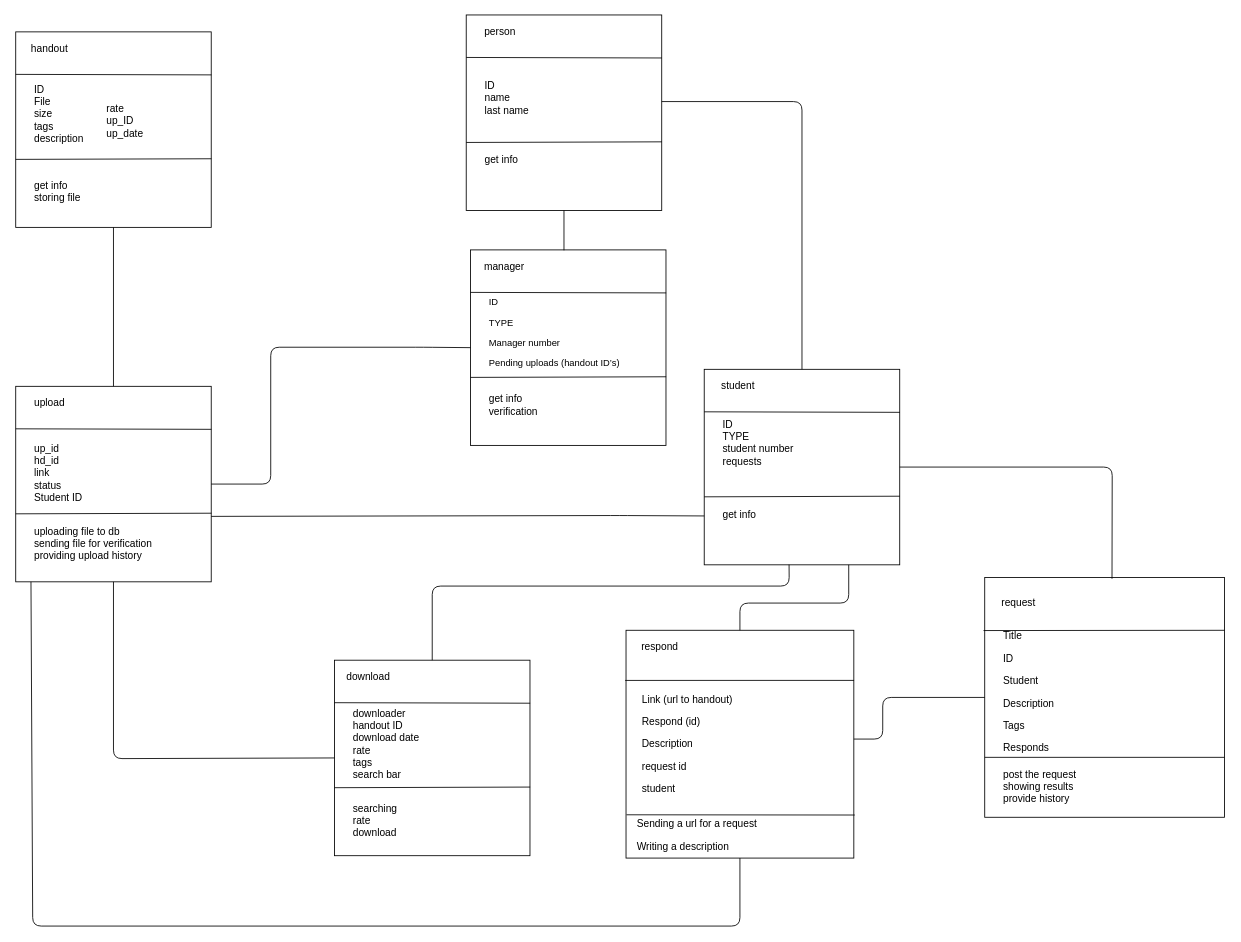
m-bassiri/HamyarApp keeps this draw.io diagram as class diagram handout.drawio. Above is the earlier version. Source tidied: cells renumbered, new cells numbered last; positions are measured from the earlier drawing's top-left corner, leaving out a move shared by most shapes. Both pictures are drawn from the tidied source at 85%, with x=0, y=0 at pixel (15, 14).
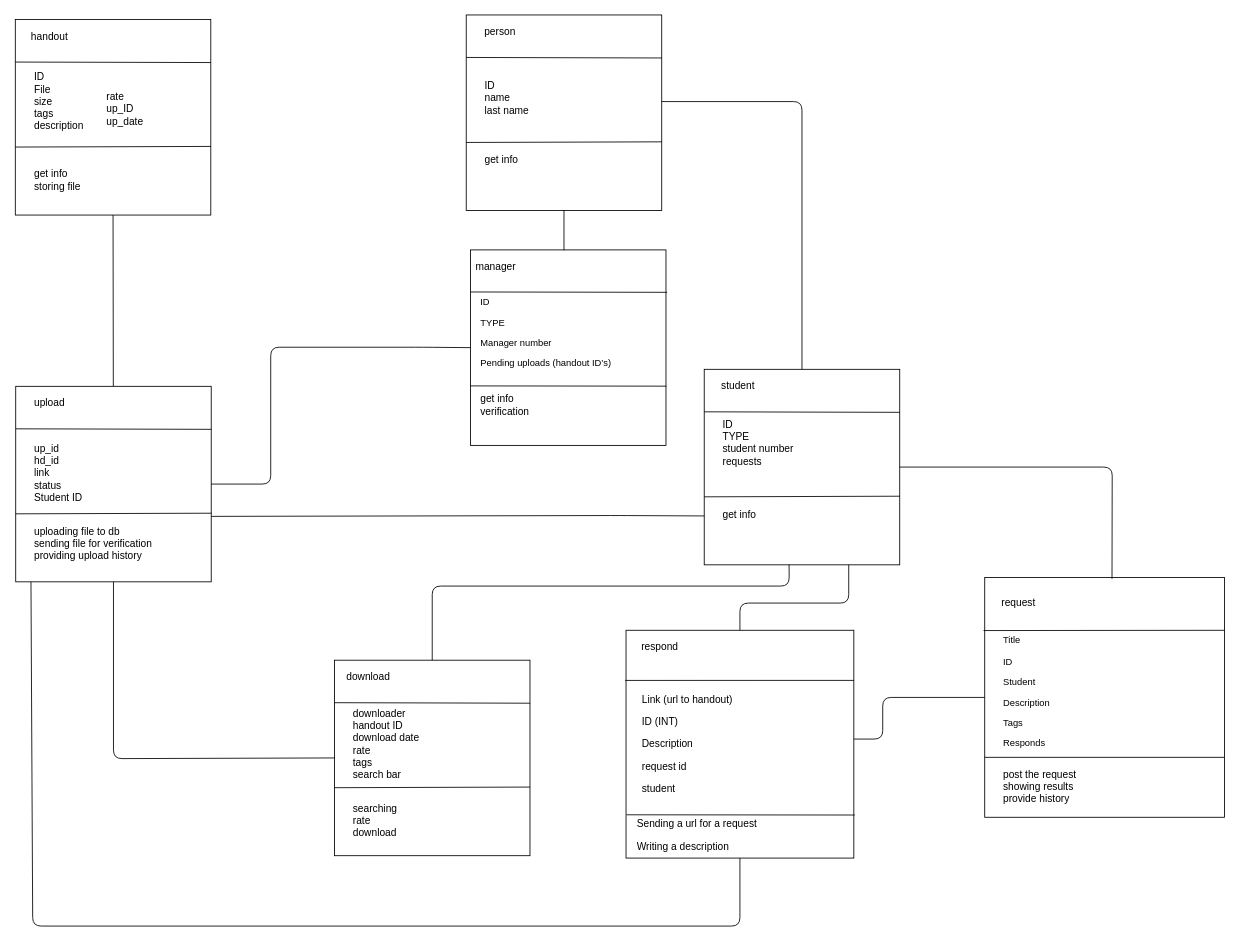
After the change.

Unchanged cells that the change refers to:
```xml
<mxCell id="26" style="whiteSpace=wrap;html=1;" parent="1" vertex="1">
  <mxGeometry x="535" y="276.5" width="230" height="230" as="geometry" />
</mxCell>
```

Diff of the diagram source:
```diff
@@
     <mxCell id="20" style="whiteSpace=wrap;html=1;" parent="1" vertex="1">
-      <mxGeometry y="20" width="230" height="230" as="geometry" />
+      <mxGeometry x="-0.5" y="5.5" width="230" height="230" as="geometry" />
     </mxCell>
     <mxCell id="21" style="endArrow=none;html=1;entryX=1.001;entryY=0.649;entryDx=0;entryDy=0;exitX=0;exitY=0.25;exitDx=0;exitDy=0;entryPerimeter=0;" parent="1" edge="1" target="20">
       <mxGeometry relative="1" as="geometry">
-        <mxPoint y="170" as="sourcePoint" />
+        <mxPoint x="-0.5" y="155.5" as="sourcePoint" />
       </mxGeometry>
     </mxCell>
     <mxCell id="22" style="endArrow=none;html=1;entryX=1.001;entryY=0.22;entryDx=0;entryDy=0;exitX=0;exitY=0.25;exitDx=0;exitDy=0;entryPerimeter=0;" parent="1" edge="1" target="20">
       <mxGeometry relative="1" as="geometry">
-        <mxPoint y="70" as="sourcePoint" />
+        <mxPoint x="-0.5" y="55.5" as="sourcePoint" />
       </mxGeometry>
     </mxCell>
     <mxCell id="23" value="handout" style="text;html=1;strokeColor=none;fillColor=none;align=center;verticalAlign=middle;whiteSpace=wrap;rounded=0;" parent="1" vertex="1">
-      <mxGeometry x="20" y="30" width="40" height="20" as="geometry" />
+      <mxGeometry x="19.5" y="15.5" width="40" height="20" as="geometry" />
     </mxCell>
     <mxCell id="24" value="ID&amp;nbsp;&lt;br&gt;File&amp;nbsp;&lt;br&gt;size&amp;nbsp;&lt;br&gt;tags&amp;nbsp;&lt;br&gt;description&lt;br&gt;&lt;br&gt;" style="text;html=1;strokeColor=none;fillColor=none;align=left;verticalAlign=middle;whiteSpace=wrap;rounded=0;" parent="1" vertex="1">
-      <mxGeometry x="20" y="80.5" width="40" height="86" as="geometry" />
+      <mxGeometry x="19.5" y="66" width="40" height="86" as="geometry" />
     </mxCell>
     <mxCell id="25" value="get info&lt;br&gt;storing file&amp;nbsp;&lt;br&gt;" style="text;html=1;strokeColor=none;fillColor=none;align=left;verticalAlign=middle;whiteSpace=wrap;rounded=0;" parent="1" vertex="1">
-      <mxGeometry x="20" y="180.5" width="100" height="55" as="geometry" />
+      <mxGeometry x="19.5" y="166" width="100" height="55" as="geometry" />
     </mxCell>
@@
-    <mxCell id="27" style="endArrow=none;html=1;entryX=1.001;entryY=0.649;entryDx=0;entryDy=0;exitX=0;exitY=0.25;exitDx=0;exitDy=0;entryPerimeter=0;" parent="1" edge="1" target="26">
+    <mxCell id="27" style="endArrow=none;html=1;entryX=1.002;entryY=0.697;entryDx=0;entryDy=0;exitX=0;exitY=0.25;exitDx=0;exitDy=0;entryPerimeter=0;" parent="1" edge="1" target="26">
       <mxGeometry relative="1" as="geometry">
-        <mxPoint x="535" y="426.5" as="sourcePoint" />
+        <mxPoint x="535" y="436.5" as="sourcePoint" />
       </mxGeometry>
     </mxCell>
-    <mxCell id="28" style="endArrow=none;html=1;entryX=1.001;entryY=0.22;entryDx=0;entryDy=0;exitX=0;exitY=0.25;exitDx=0;exitDy=0;entryPerimeter=0;" parent="1" edge="1" target="26">
+    <mxCell id="28" style="endArrow=none;html=1;entryX=1.006;entryY=0.217;entryDx=0;entryDy=0;entryPerimeter=0;" parent="1" edge="1" target="26">
       <mxGeometry relative="1" as="geometry">
-        <mxPoint x="535" y="326.5" as="sourcePoint" />
+        <mxPoint x="535" y="326" as="sourcePoint" />
       </mxGeometry>
     </mxCell>
     <mxCell id="29" value="manager" style="text;html=1;strokeColor=none;fillColor=none;align=center;verticalAlign=middle;whiteSpace=wrap;rounded=0;" parent="1" vertex="1">
-      <mxGeometry x="555" y="286.5" width="40" height="20" as="geometry" />
+      <mxGeometry x="545" y="286.5" width="40" height="20" as="geometry" />
     </mxCell>
     <mxCell id="30" value="&lt;p style=&quot;font-size: 11px;&quot;&gt;ID&lt;/p&gt;&lt;p style=&quot;font-size: 11px;&quot;&gt;&lt;span style=&quot;font-size: 11px;&quot;&gt;TYPE&lt;/span&gt;&lt;/p&gt;&lt;p style=&quot;font-size: 11px;&quot;&gt;Manager number&lt;/p&gt;&lt;p style=&quot;font-size: 11px;&quot;&gt;&lt;span style=&quot;font-size: 11px;&quot;&gt;Pending uploads (handout ID’s)&lt;/span&gt;&lt;/p&gt;" style="text;html=1;strokeColor=none;fillColor=none;align=left;verticalAlign=middle;whiteSpace=wrap;rounded=0;fontSize=11;" parent="1" vertex="1">
-      <mxGeometry x="555" y="336.5" width="180" height="75" as="geometry" />
+      <mxGeometry x="545" y="336.5" width="180" height="75" as="geometry" />
     </mxCell>
     <mxCell id="31" value="get info&lt;br&gt;verification&amp;nbsp;&amp;nbsp;" style="text;html=1;strokeColor=none;fillColor=none;align=left;verticalAlign=middle;whiteSpace=wrap;rounded=0;" parent="1" vertex="1">
-      <mxGeometry x="555" y="436.5" width="150" height="45" as="geometry" />
+      <mxGeometry x="545" y="436.5" width="150" height="45" as="geometry" />
     </mxCell>
@@
-    <mxCell id="42" value="&lt;p&gt;Link (url to handout)&lt;/p&gt;&lt;p&gt;Respond (id)&lt;/p&gt;&lt;p&gt;Description&lt;/p&gt;&lt;p&gt;request id&amp;nbsp;&amp;nbsp;&lt;/p&gt;&lt;p&gt;student&amp;nbsp;&lt;/p&gt;" style="text;html=1;strokeColor=none;fillColor=none;align=left;verticalAlign=middle;whiteSpace=wrap;rounded=0;" parent="1" vertex="1">
+    <mxCell id="42" value="&lt;p&gt;Link (url to handout)&lt;/p&gt;&lt;p&gt;ID (INT)&lt;/p&gt;&lt;p&gt;Description&lt;/p&gt;&lt;p&gt;request id&amp;nbsp;&amp;nbsp;&lt;/p&gt;&lt;p&gt;student&amp;nbsp;&lt;/p&gt;" style="text;html=1;strokeColor=none;fillColor=none;align=left;verticalAlign=middle;whiteSpace=wrap;rounded=0;" parent="1" vertex="1">
       <mxGeometry x="735" y="823" width="173" height="70" as="geometry" />
     </mxCell>
@@
-    <mxCell id="48" value="&lt;p&gt;Title&amp;nbsp;&lt;/p&gt;&lt;p&gt;ID&amp;nbsp;&lt;/p&gt;&lt;p&gt;Student&amp;nbsp;&lt;/p&gt;&lt;p&gt;Description&amp;nbsp;&lt;/p&gt;&lt;p&gt;Tags&amp;nbsp;&lt;/p&gt;&lt;p&gt;Responds&amp;nbsp;&lt;/p&gt;" style="text;html=1;strokeColor=none;fillColor=none;align=left;verticalAlign=middle;whiteSpace=wrap;rounded=0;" parent="1" vertex="1">
+    <mxCell id="48" value="&lt;p style=&quot;font-size: 11px;&quot;&gt;Title&amp;nbsp;&lt;/p&gt;&lt;p style=&quot;font-size: 11px;&quot;&gt;ID&amp;nbsp;&lt;/p&gt;&lt;p style=&quot;font-size: 11px;&quot;&gt;Student&amp;nbsp;&lt;/p&gt;&lt;p style=&quot;font-size: 11px;&quot;&gt;Description&amp;nbsp;&lt;/p&gt;&lt;p style=&quot;font-size: 11px;&quot;&gt;Tags&amp;nbsp;&lt;/p&gt;&lt;p style=&quot;font-size: 11px;&quot;&gt;Responds&amp;nbsp;&lt;/p&gt;" style="text;html=1;strokeColor=none;fillColor=none;align=left;verticalAlign=middle;whiteSpace=wrap;rounded=0;fontSize=11;" parent="1" vertex="1">
       <mxGeometry x="1160" y="732" width="200" height="130" as="geometry" />
     </mxCell>
@@
     <mxCell id="50" value="rate&lt;br&gt;up_ID&lt;br&gt;up_date&amp;nbsp;&lt;br&gt;" style="text;html=1;strokeColor=none;fillColor=none;align=left;verticalAlign=middle;whiteSpace=wrap;rounded=0;" parent="1" vertex="1">
-      <mxGeometry x="105" y="82" width="40" height="86" as="geometry" />
+      <mxGeometry x="104.5" y="67.5" width="40" height="86" as="geometry" />
     </mxCell>
```
